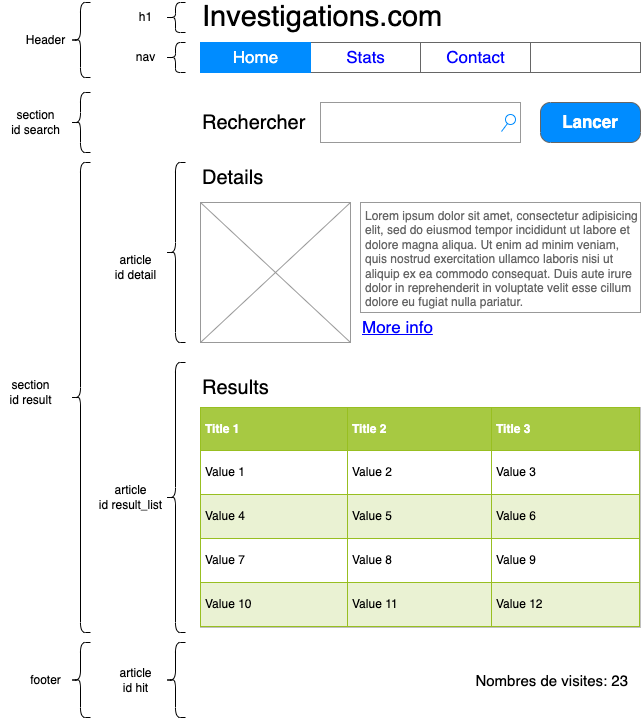
The draw.io diagram docs/img/home_mock.png in cyanel-it/tp-webdev-front, before a commit. Source tidied: cells renumbered, new cells last; positions are measured from the earlier drawing's top-left corner, leaving out a move shared by most shapes. Source of this version:
```xml
<mxGraphModel>
  <root>
    <mxCell id="0" />
    <mxCell id="1" parent="0" />
    <mxCell id="2" style="strokeWidth=1;shadow=0;dashed=0;align=center;html=1;shape=mxgraph.mockup.forms.searchBox;strokeColor=#999999;mainText=;strokeColor2=#008cff;fontColor=#666666;fontSize=17;align=left;spacingLeft=3;" parent="1" vertex="1">
      <mxGeometry x="320" y="100" width="200" height="40" as="geometry" />
    </mxCell>
    <mxCell id="3" value="&lt;table border=&quot;1&quot; width=&quot;100%&quot; height=&quot;100%&quot; cellpadding=&quot;4&quot; style=&quot;width:100%;height:100%;border-collapse:collapse;&quot;&gt;&lt;tr style=&quot;background-color:#A7C942;color:#ffffff;border:1px solid #98bf21;&quot;&gt;&lt;th align=&quot;left&quot;&gt;Title 1&lt;/th&gt;&lt;th align=&quot;left&quot;&gt;Title 2&lt;/th&gt;&lt;th align=&quot;left&quot;&gt;Title 3&lt;/th&gt;&lt;/tr&gt;&lt;tr style=&quot;border:1px solid #98bf21;&quot;&gt;&lt;td&gt;Value 1&lt;/td&gt;&lt;td&gt;Value 2&lt;/td&gt;&lt;td&gt;Value 3&lt;/td&gt;&lt;/tr&gt;&lt;tr style=&quot;background-color:#EAF2D3;border:1px solid #98bf21;&quot;&gt;&lt;td&gt;Value 4&lt;/td&gt;&lt;td&gt;Value 5&lt;/td&gt;&lt;td&gt;Value 6&lt;/td&gt;&lt;/tr&gt;&lt;tr style=&quot;border:1px solid #98bf21;&quot;&gt;&lt;td&gt;Value 7&lt;/td&gt;&lt;td&gt;Value 8&lt;/td&gt;&lt;td&gt;Value 9&lt;/td&gt;&lt;/tr&gt;&lt;tr style=&quot;background-color:#EAF2D3;border:1px solid #98bf21;&quot;&gt;&lt;td&gt;Value 10&lt;/td&gt;&lt;td&gt;Value 11&lt;/td&gt;&lt;td&gt;Value 12&lt;/td&gt;&lt;/tr&gt;&lt;/table&gt;" style="text;html=1;strokeColor=#c0c0c0;fillColor=#ffffff;overflow=fill;rounded=0;" parent="1" vertex="1">
      <mxGeometry x="200" y="405" width="440" height="220" as="geometry" />
    </mxCell>
    <mxCell id="4" value="Lorem ipsum dolor sit amet, consectetur adipisicing elit, sed do eiusmod tempor incididunt ut labore et dolore magna aliqua. Ut enim ad minim veniam, quis nostrud exercitation ullamco laboris nisi ut aliquip ex ea commodo consequat. Duis aute irure dolor in reprehenderit in voluptate velit esse cillum dolore eu fugiat nulla pariatur." style="strokeWidth=1;shadow=0;dashed=0;align=center;html=1;shape=mxgraph.mockup.forms.rrect;fillColor=#ffffff;rSize=0;fontColor=#666666;align=left;spacingLeft=3;strokeColor=#999999;verticalAlign=top;whiteSpace=wrap;" parent="1" vertex="1">
      <mxGeometry x="360" y="200" width="280" height="110" as="geometry" />
    </mxCell>
    <mxCell id="5" style="verticalLabelPosition=bottom;shadow=0;dashed=0;align=center;html=1;verticalAlign=top;strokeWidth=1;shape=mxgraph.mockup.graphics.simpleIcon;strokeColor=#999999;" parent="1" vertex="1">
      <mxGeometry x="200" y="200" width="150" height="140" as="geometry" />
    </mxCell>
    <mxCell id="6" style="shape=curlyBracket;whiteSpace=wrap;html=1;rounded=1;" parent="1" vertex="1">
      <mxGeometry x="70" width="20" height="75" as="geometry" />
    </mxCell>
    <mxCell id="7" value="Header" style="text;html=1;align=center;verticalAlign=middle;strokeColor=none;fillColor=none;" parent="1" vertex="1">
      <mxGeometry x="20" y="27.5" width="50" height="20" as="geometry" />
    </mxCell>
    <mxCell id="8" style="shape=curlyBracket;whiteSpace=wrap;html=1;rounded=1;" parent="1" vertex="1">
      <mxGeometry x="70" y="90" width="20" height="60" as="geometry" />
    </mxCell>
    <mxCell id="9" value="section&lt;br&gt;id search" style="text;html=1;align=center;verticalAlign=middle;strokeColor=none;fillColor=none;" parent="1" vertex="1">
      <mxGeometry x="5" y="105" width="60" height="30" as="geometry" />
    </mxCell>
    <mxCell id="10" style="shape=curlyBracket;whiteSpace=wrap;html=1;rounded=1;" parent="1" vertex="1">
      <mxGeometry x="165" y="160" width="20" height="180" as="geometry" />
    </mxCell>
    <mxCell id="11" value="article&lt;br&gt;id detail" style="text;html=1;align=center;verticalAlign=middle;strokeColor=none;fillColor=none;" parent="1" vertex="1">
      <mxGeometry x="105" y="250" width="60" height="30" as="geometry" />
    </mxCell>
    <mxCell id="12" value="Investigations.com" style="text;html=1;strokeColor=none;fillColor=none;align=left;verticalAlign=middle;whiteSpace=wrap;rounded=0;fontSize=29;" parent="1" vertex="1">
      <mxGeometry x="200" width="440" height="30" as="geometry" />
    </mxCell>
    <mxCell id="13" style="shape=curlyBracket;whiteSpace=wrap;html=1;rounded=1;" parent="1" vertex="1">
      <mxGeometry x="165" y="360" width="20" height="270" as="geometry" />
    </mxCell>
    <mxCell id="14" value="article&lt;br&gt;id result_list" style="text;html=1;align=center;verticalAlign=middle;strokeColor=none;fillColor=none;" parent="1" vertex="1">
      <mxGeometry x="90" y="480" width="80" height="30" as="geometry" />
    </mxCell>
    <mxCell id="15" style="shape=curlyBracket;whiteSpace=wrap;html=1;rounded=1;size=0.5;" parent="1" vertex="1">
      <mxGeometry x="165" y="40" width="20" height="30" as="geometry" />
    </mxCell>
    <mxCell id="16" value="nav" style="text;html=1;align=center;verticalAlign=middle;strokeColor=none;fillColor=none;" parent="1" vertex="1">
      <mxGeometry x="130" y="45" width="30" height="20" as="geometry" />
    </mxCell>
    <mxCell id="17" style="strokeWidth=1;shadow=0;dashed=0;align=center;html=1;shape=mxgraph.mockup.text.rrect;rSize=0;strokeColor=#666666;fontSize=29;" parent="1" vertex="1">
      <mxGeometry x="200" y="40" width="440" height="30" as="geometry" />
    </mxCell>
    <mxCell id="18" value="Stats" style="strokeColor=inherit;fillColor=inherit;gradientColor=inherit;strokeWidth=1;shadow=0;dashed=0;align=center;html=1;shape=mxgraph.mockup.text.rrect;rSize=0;fontSize=17;fontColor=#0000ff;" parent="17" vertex="1">
      <mxGeometry x="110" width="110" height="30" as="geometry" />
    </mxCell>
    <mxCell id="19" value="Contact" style="strokeColor=inherit;fillColor=inherit;gradientColor=inherit;strokeWidth=1;shadow=0;dashed=0;align=center;html=1;shape=mxgraph.mockup.text.rrect;rSize=0;fontSize=17;fontColor=#0000ff;" parent="17" vertex="1">
      <mxGeometry x="220" width="110" height="30" as="geometry" />
    </mxCell>
    <mxCell id="20" value="Home" style="strokeWidth=1;shadow=0;dashed=0;align=center;html=1;shape=mxgraph.mockup.text.rrect;rSize=0;fontSize=17;fontColor=#ffffff;fillColor=#008cff;strokeColor=#008cff;" parent="17" vertex="1">
      <mxGeometry width="110" height="30" as="geometry" />
    </mxCell>
    <mxCell id="21" style="shape=curlyBracket;whiteSpace=wrap;html=1;rounded=1;" parent="1" vertex="1">
      <mxGeometry x="70" y="160" width="20" height="470" as="geometry" />
    </mxCell>
    <mxCell id="22" value="section&lt;br&gt;id result" style="text;html=1;align=center;verticalAlign=middle;strokeColor=none;fillColor=none;" parent="1" vertex="1">
      <mxGeometry y="375" width="60" height="30" as="geometry" />
    </mxCell>
    <mxCell id="23" value="Results" style="text;html=1;strokeColor=none;fillColor=none;align=left;verticalAlign=middle;whiteSpace=wrap;rounded=0;fontSize=20;" parent="1" vertex="1">
      <mxGeometry x="200" y="370" width="440" height="30" as="geometry" />
    </mxCell>
    <mxCell id="24" value="Details" style="text;html=1;strokeColor=none;fillColor=none;align=left;verticalAlign=middle;whiteSpace=wrap;rounded=0;fontSize=20;" parent="1" vertex="1">
      <mxGeometry x="200" y="160" width="440" height="30" as="geometry" />
    </mxCell>
    <mxCell id="25" value="Rechercher" style="text;html=1;strokeColor=none;fillColor=none;align=left;verticalAlign=middle;whiteSpace=wrap;rounded=0;fontSize=20;" parent="1" vertex="1">
      <mxGeometry x="200" y="105" width="200" height="30" as="geometry" />
    </mxCell>
    <mxCell id="26" value="Lancer" style="strokeWidth=1;shadow=0;dashed=0;align=center;html=1;shape=mxgraph.mockup.buttons.button;strokeColor=#666666;fontColor=#ffffff;mainText=;buttonStyle=round;fontSize=17;fontStyle=1;fillColor=#008cff;whiteSpace=wrap;" parent="1" vertex="1">
      <mxGeometry x="540" y="100" width="100" height="40" as="geometry" />
    </mxCell>
    <mxCell id="27" style="shape=curlyBracket;whiteSpace=wrap;html=1;rounded=1;" parent="1" vertex="1">
      <mxGeometry x="70" y="640" width="20" height="75" as="geometry" />
    </mxCell>
    <mxCell id="28" value="footer" style="text;html=1;align=center;verticalAlign=middle;strokeColor=none;fillColor=none;" parent="1" vertex="1">
      <mxGeometry x="20" y="667.5" width="50" height="20" as="geometry" />
    </mxCell>
    <mxCell id="29" style="shape=curlyBracket;whiteSpace=wrap;html=1;rounded=1;" parent="1" vertex="1">
      <mxGeometry x="165" y="640" width="20" height="75" as="geometry" />
    </mxCell>
    <mxCell id="30" value="article&lt;br&gt;id hit" style="text;html=1;align=center;verticalAlign=middle;strokeColor=none;fillColor=none;" parent="1" vertex="1">
      <mxGeometry x="110" y="662.5" width="50" height="30" as="geometry" />
    </mxCell>
    <mxCell id="31" value="Nombres de visites: 23" style="text;html=1;strokeColor=none;fillColor=none;align=right;verticalAlign=middle;whiteSpace=wrap;rounded=0;fontSize=15;" parent="1" vertex="1">
      <mxGeometry x="190" y="662.5" width="440" height="30" as="geometry" />
    </mxCell>
    <mxCell id="32" value="More info" style="shape=rectangle;strokeColor=none;fillColor=none;linkText=;fontSize=17;fontColor=#0000ff;fontStyle=4;html=1;align=left;" parent="1" vertex="1">
      <mxGeometry x="360" y="310" width="280" height="30" as="geometry" />
    </mxCell>
    <mxCell id="33" style="shape=curlyBracket;whiteSpace=wrap;html=1;rounded=1;size=0.5;" parent="1" vertex="1">
      <mxGeometry x="165" width="20" height="30" as="geometry" />
    </mxCell>
    <mxCell id="34" value="h1" style="text;html=1;align=center;verticalAlign=middle;strokeColor=none;fillColor=none;" parent="1" vertex="1">
      <mxGeometry x="130" y="5" width="30" height="20" as="geometry" />
    </mxCell>
  </root>
</mxGraphModel>
```
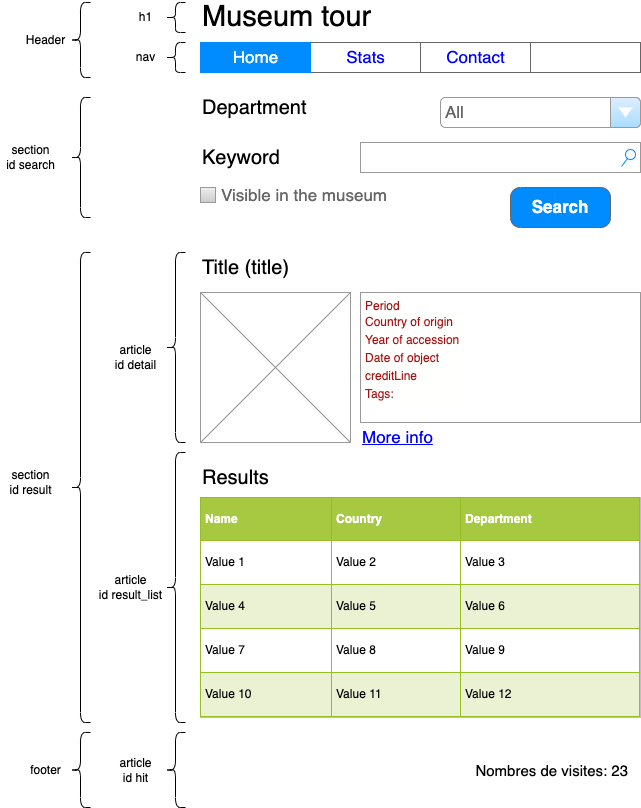
After the commit.

The edit, as a diff of the source:
```diff
@@ -3,37 +3,37 @@
     <mxCell id="0" />
     <mxCell id="1" parent="0" />
     <mxCell id="2" style="strokeWidth=1;shadow=0;dashed=0;align=center;html=1;shape=mxgraph.mockup.forms.searchBox;strokeColor=#999999;mainText=;strokeColor2=#008cff;fontColor=#666666;fontSize=17;align=left;spacingLeft=3;" parent="1" vertex="1">
-      <mxGeometry x="320" y="100" width="200" height="40" as="geometry" />
+      <mxGeometry x="360" y="50" width="280" height="30" as="geometry" />
     </mxCell>
-    <mxCell id="3" value="&lt;table border=&quot;1&quot; width=&quot;100%&quot; height=&quot;100%&quot; cellpadding=&quot;4&quot; style=&quot;width:100%;height:100%;border-collapse:collapse;&quot;&gt;&lt;tr style=&quot;background-color:#A7C942;color:#ffffff;border:1px solid #98bf21;&quot;&gt;&lt;th align=&quot;left&quot;&gt;Title 1&lt;/th&gt;&lt;th align=&quot;left&quot;&gt;Title 2&lt;/th&gt;&lt;th align=&quot;left&quot;&gt;Title 3&lt;/th&gt;&lt;/tr&gt;&lt;tr style=&quot;border:1px solid #98bf21;&quot;&gt;&lt;td&gt;Value 1&lt;/td&gt;&lt;td&gt;Value 2&lt;/td&gt;&lt;td&gt;Value 3&lt;/td&gt;&lt;/tr&gt;&lt;tr style=&quot;background-color:#EAF2D3;border:1px solid #98bf21;&quot;&gt;&lt;td&gt;Value 4&lt;/td&gt;&lt;td&gt;Value 5&lt;/td&gt;&lt;td&gt;Value 6&lt;/td&gt;&lt;/tr&gt;&lt;tr style=&quot;border:1px solid #98bf21;&quot;&gt;&lt;td&gt;Value 7&lt;/td&gt;&lt;td&gt;Value 8&lt;/td&gt;&lt;td&gt;Value 9&lt;/td&gt;&lt;/tr&gt;&lt;tr style=&quot;background-color:#EAF2D3;border:1px solid #98bf21;&quot;&gt;&lt;td&gt;Value 10&lt;/td&gt;&lt;td&gt;Value 11&lt;/td&gt;&lt;td&gt;Value 12&lt;/td&gt;&lt;/tr&gt;&lt;/table&gt;" style="text;html=1;strokeColor=#c0c0c0;fillColor=#ffffff;overflow=fill;rounded=0;" parent="1" vertex="1">
+    <mxCell id="3" value="&lt;table border=&quot;1&quot; width=&quot;100%&quot; cellpadding=&quot;4&quot; style=&quot;width: 100% ; height: 100% ; border-collapse: collapse&quot;&gt;&lt;tbody&gt;&lt;tr style=&quot;background-color: #a7c942 ; color: #ffffff ; border: 1px solid #98bf21&quot;&gt;&lt;th align=&quot;left&quot;&gt;Name&lt;/th&gt;&lt;th align=&quot;left&quot;&gt;Country&lt;/th&gt;&lt;th align=&quot;left&quot;&gt;Department&lt;/th&gt;&lt;/tr&gt;&lt;tr style=&quot;border: 1px solid #98bf21&quot;&gt;&lt;td&gt;Value 1&lt;/td&gt;&lt;td&gt;Value 2&lt;/td&gt;&lt;td&gt;Value 3&lt;/td&gt;&lt;/tr&gt;&lt;tr style=&quot;background-color: #eaf2d3 ; border: 1px solid #98bf21&quot;&gt;&lt;td&gt;Value 4&lt;/td&gt;&lt;td&gt;Value 5&lt;/td&gt;&lt;td&gt;Value 6&lt;/td&gt;&lt;/tr&gt;&lt;tr style=&quot;border: 1px solid #98bf21&quot;&gt;&lt;td&gt;Value 7&lt;/td&gt;&lt;td&gt;Value 8&lt;/td&gt;&lt;td&gt;Value 9&lt;/td&gt;&lt;/tr&gt;&lt;tr style=&quot;background-color: #eaf2d3 ; border: 1px solid #98bf21&quot;&gt;&lt;td&gt;Value 10&lt;/td&gt;&lt;td&gt;Value 11&lt;/td&gt;&lt;td&gt;Value 12&lt;/td&gt;&lt;/tr&gt;&lt;/tbody&gt;&lt;/table&gt;" style="text;html=1;strokeColor=#c0c0c0;fillColor=#ffffff;overflow=fill;rounded=0;" parent="1" vertex="1">
       <mxGeometry x="200" y="405" width="440" height="220" as="geometry" />
     </mxCell>
-    <mxCell id="4" value="Lorem ipsum dolor sit amet, consectetur adipisicing elit, sed do eiusmod tempor incididunt ut labore et dolore magna aliqua. Ut enim ad minim veniam, quis nostrud exercitation ullamco laboris nisi ut aliquip ex ea commodo consequat. Duis aute irure dolor in reprehenderit in voluptate velit esse cillum dolore eu fugiat nulla pariatur." style="strokeWidth=1;shadow=0;dashed=0;align=center;html=1;shape=mxgraph.mockup.forms.rrect;fillColor=#ffffff;rSize=0;fontColor=#666666;align=left;spacingLeft=3;strokeColor=#999999;verticalAlign=top;whiteSpace=wrap;" parent="1" vertex="1">
-      <mxGeometry x="360" y="200" width="280" height="110" as="geometry" />
+    <mxCell id="4" value="&lt;span style=&quot;color: rgb(163 , 21 , 21) ; background-color: rgb(255 , 255 , 254)&quot;&gt;Period&lt;/span&gt;&lt;br&gt;&lt;div style=&quot;background-color: rgb(255 , 255 , 254) ; line-height: 18px&quot;&gt;&lt;font color=&quot;#a31515&quot;&gt;Country of origin&lt;/font&gt;&lt;/div&gt;&lt;div style=&quot;color: rgb(0 , 0 , 0) ; background-color: rgb(255 , 255 , 254) ; line-height: 18px&quot;&gt;&lt;div style=&quot;line-height: 18px&quot;&gt;&lt;span style=&quot;color: #a31515&quot;&gt;Year of accession&amp;nbsp;&lt;/span&gt;&lt;/div&gt;&lt;div style=&quot;line-height: 18px&quot;&gt;&lt;span style=&quot;color: #a31515&quot;&gt;Date of object&lt;/span&gt;&lt;/div&gt;&lt;div style=&quot;line-height: 18px&quot;&gt;&lt;div style=&quot;line-height: 18px&quot;&gt;&lt;span style=&quot;color: #a31515&quot;&gt;creditLine&lt;/span&gt;&lt;/div&gt;&lt;div style=&quot;line-height: 18px&quot;&gt;&lt;span style=&quot;color: #a31515&quot;&gt;Tags:&amp;nbsp;&lt;/span&gt;&lt;/div&gt;&lt;/div&gt;&lt;/div&gt;" style="strokeWidth=1;shadow=0;dashed=0;align=center;html=1;shape=mxgraph.mockup.forms.rrect;fillColor=#ffffff;rSize=0;fontColor=#666666;align=left;spacingLeft=3;strokeColor=#999999;verticalAlign=top;whiteSpace=wrap;" parent="1" vertex="1">
+      <mxGeometry x="360" y="200" width="280" height="130" as="geometry" />
     </mxCell>
     <mxCell id="5" style="verticalLabelPosition=bottom;shadow=0;dashed=0;align=center;html=1;verticalAlign=top;strokeWidth=1;shape=mxgraph.mockup.graphics.simpleIcon;strokeColor=#999999;" parent="1" vertex="1">
-      <mxGeometry x="200" y="200" width="150" height="140" as="geometry" />
+      <mxGeometry x="200" y="200" width="150" height="150" as="geometry" />
     </mxCell>
     <mxCell id="6" style="shape=curlyBracket;whiteSpace=wrap;html=1;rounded=1;" parent="1" vertex="1">
-      <mxGeometry x="70" width="20" height="75" as="geometry" />
+      <mxGeometry x="70" y="-90" width="20" height="75" as="geometry" />
     </mxCell>
     <mxCell id="7" value="Header" style="text;html=1;align=center;verticalAlign=middle;strokeColor=none;fillColor=none;" parent="1" vertex="1">
-      <mxGeometry x="20" y="27.5" width="50" height="20" as="geometry" />
+      <mxGeometry x="20" y="-62.5" width="50" height="20" as="geometry" />
     </mxCell>
     <mxCell id="8" style="shape=curlyBracket;whiteSpace=wrap;html=1;rounded=1;" parent="1" vertex="1">
-      <mxGeometry x="70" y="90" width="20" height="60" as="geometry" />
+      <mxGeometry x="70" y="5" width="20" height="120" as="geometry" />
     </mxCell>
     <mxCell id="9" value="section&lt;br&gt;id search" style="text;html=1;align=center;verticalAlign=middle;strokeColor=none;fillColor=none;" parent="1" vertex="1">
-      <mxGeometry x="5" y="105" width="60" height="30" as="geometry" />
+      <mxGeometry y="50" width="60" height="30" as="geometry" />
     </mxCell>
     <mxCell id="10" style="shape=curlyBracket;whiteSpace=wrap;html=1;rounded=1;" parent="1" vertex="1">
-      <mxGeometry x="165" y="160" width="20" height="180" as="geometry" />
+      <mxGeometry x="165" y="160" width="20" height="190" as="geometry" />
     </mxCell>
     <mxCell id="11" value="article&lt;br&gt;id detail" style="text;html=1;align=center;verticalAlign=middle;strokeColor=none;fillColor=none;" parent="1" vertex="1">
       <mxGeometry x="105" y="250" width="60" height="30" as="geometry" />
     </mxCell>
-    <mxCell id="12" value="Investigations.com" style="text;html=1;strokeColor=none;fillColor=none;align=left;verticalAlign=middle;whiteSpace=wrap;rounded=0;fontSize=29;" parent="1" vertex="1">
-      <mxGeometry x="200" width="440" height="30" as="geometry" />
+    <mxCell id="12" value="Museum tour" style="text;html=1;strokeColor=none;fillColor=none;align=left;verticalAlign=middle;whiteSpace=wrap;rounded=0;fontSize=29;" parent="1" vertex="1">
+      <mxGeometry x="200" y="-90" width="440" height="30" as="geometry" />
     </mxCell>
     <mxCell id="13" style="shape=curlyBracket;whiteSpace=wrap;html=1;rounded=1;" parent="1" vertex="1">
       <mxGeometry x="165" y="360" width="20" height="270" as="geometry" />
@@ -42,13 +42,13 @@
       <mxGeometry x="90" y="480" width="80" height="30" as="geometry" />
     </mxCell>
     <mxCell id="15" style="shape=curlyBracket;whiteSpace=wrap;html=1;rounded=1;size=0.5;" parent="1" vertex="1">
-      <mxGeometry x="165" y="40" width="20" height="30" as="geometry" />
+      <mxGeometry x="165" y="-50" width="20" height="30" as="geometry" />
     </mxCell>
     <mxCell id="16" value="nav" style="text;html=1;align=center;verticalAlign=middle;strokeColor=none;fillColor=none;" parent="1" vertex="1">
-      <mxGeometry x="130" y="45" width="30" height="20" as="geometry" />
+      <mxGeometry x="130" y="-45" width="30" height="20" as="geometry" />
     </mxCell>
     <mxCell id="17" style="strokeWidth=1;shadow=0;dashed=0;align=center;html=1;shape=mxgraph.mockup.text.rrect;rSize=0;strokeColor=#666666;fontSize=29;" parent="1" vertex="1">
-      <mxGeometry x="200" y="40" width="440" height="30" as="geometry" />
+      <mxGeometry x="200" y="-50" width="440" height="30" as="geometry" />
     </mxCell>
     <mxCell id="18" value="Stats" style="strokeColor=inherit;fillColor=inherit;gradientColor=inherit;strokeWidth=1;shadow=0;dashed=0;align=center;html=1;shape=mxgraph.mockup.text.rrect;rSize=0;fontSize=17;fontColor=#0000ff;" parent="17" vertex="1">
       <mxGeometry x="110" width="110" height="30" as="geometry" />
@@ -68,14 +68,14 @@
     <mxCell id="23" value="Results" style="text;html=1;strokeColor=none;fillColor=none;align=left;verticalAlign=middle;whiteSpace=wrap;rounded=0;fontSize=20;" parent="1" vertex="1">
       <mxGeometry x="200" y="370" width="440" height="30" as="geometry" />
     </mxCell>
-    <mxCell id="24" value="Details" style="text;html=1;strokeColor=none;fillColor=none;align=left;verticalAlign=middle;whiteSpace=wrap;rounded=0;fontSize=20;" parent="1" vertex="1">
+    <mxCell id="24" value="Title (title)" style="text;html=1;strokeColor=none;fillColor=none;align=left;verticalAlign=middle;whiteSpace=wrap;rounded=0;fontSize=20;" parent="1" vertex="1">
       <mxGeometry x="200" y="160" width="440" height="30" as="geometry" />
     </mxCell>
-    <mxCell id="25" value="Rechercher" style="text;html=1;strokeColor=none;fillColor=none;align=left;verticalAlign=middle;whiteSpace=wrap;rounded=0;fontSize=20;" parent="1" vertex="1">
-      <mxGeometry x="200" y="105" width="200" height="30" as="geometry" />
+    <mxCell id="25" value="Keyword" style="text;html=1;strokeColor=none;fillColor=none;align=left;verticalAlign=middle;whiteSpace=wrap;rounded=0;fontSize=20;" parent="1" vertex="1">
+      <mxGeometry x="200" y="50" width="200" height="30" as="geometry" />
     </mxCell>
-    <mxCell id="26" value="Lancer" style="strokeWidth=1;shadow=0;dashed=0;align=center;html=1;shape=mxgraph.mockup.buttons.button;strokeColor=#666666;fontColor=#ffffff;mainText=;buttonStyle=round;fontSize=17;fontStyle=1;fillColor=#008cff;whiteSpace=wrap;" parent="1" vertex="1">
-      <mxGeometry x="540" y="100" width="100" height="40" as="geometry" />
+    <mxCell id="26" value="Search" style="strokeWidth=1;shadow=0;dashed=0;align=center;html=1;shape=mxgraph.mockup.buttons.button;strokeColor=#666666;fontColor=#ffffff;mainText=;buttonStyle=round;fontSize=17;fontStyle=1;fillColor=#008cff;whiteSpace=wrap;" parent="1" vertex="1">
+      <mxGeometry x="510" y="95" width="100" height="40" as="geometry" />
     </mxCell>
     <mxCell id="27" style="shape=curlyBracket;whiteSpace=wrap;html=1;rounded=1;" parent="1" vertex="1">
       <mxGeometry x="70" y="640" width="20" height="75" as="geometry" />
@@ -93,13 +93,22 @@
       <mxGeometry x="190" y="662.5" width="440" height="30" as="geometry" />
     </mxCell>
     <mxCell id="32" value="More info" style="shape=rectangle;strokeColor=none;fillColor=none;linkText=;fontSize=17;fontColor=#0000ff;fontStyle=4;html=1;align=left;" parent="1" vertex="1">
-      <mxGeometry x="360" y="310" width="280" height="30" as="geometry" />
+      <mxGeometry x="360" y="330" width="280" height="30" as="geometry" />
     </mxCell>
     <mxCell id="33" style="shape=curlyBracket;whiteSpace=wrap;html=1;rounded=1;size=0.5;" parent="1" vertex="1">
-      <mxGeometry x="165" width="20" height="30" as="geometry" />
+      <mxGeometry x="165" y="-90" width="20" height="30" as="geometry" />
     </mxCell>
     <mxCell id="34" value="h1" style="text;html=1;align=center;verticalAlign=middle;strokeColor=none;fillColor=none;" parent="1" vertex="1">
-      <mxGeometry x="130" y="5" width="30" height="20" as="geometry" />
+      <mxGeometry x="130" y="-85" width="30" height="20" as="geometry" />
     </mxCell>
+    <mxCell id="35" value="Department" style="text;html=1;strokeColor=none;fillColor=none;align=left;verticalAlign=middle;whiteSpace=wrap;rounded=0;fontSize=20;" parent="1" vertex="1">
+      <mxGeometry x="200" width="110" height="30" as="geometry" />
+    </mxCell>
+    <mxCell id="36" value="Visible in the museum" style="strokeWidth=1;shadow=0;dashed=0;align=center;html=1;shape=mxgraph.mockup.forms.rrect;rSize=0;fillColor=#eeeeee;strokeColor=#999999;gradientColor=#cccccc;align=left;spacingLeft=4;fontSize=17;fontColor=#666666;labelPosition=right;" parent="1" vertex="1">
+      <mxGeometry x="200" y="95" width="15" height="15" as="geometry" />
+    </mxCell>
+    <mxCell id="37" value="All" style="strokeWidth=1;shadow=0;dashed=0;align=center;html=1;shape=mxgraph.mockup.forms.comboBox;strokeColor=#999999;fillColor=#ddeeff;align=left;fillColor2=#aaddff;mainText=;fontColor=#666666;fontSize=17;spacingLeft=3;" parent="1" vertex="1">
+      <mxGeometry x="440" y="5" width="200" height="30" as="geometry" />
+    </mxCell>
   </root>
 </mxGraphModel>
```
